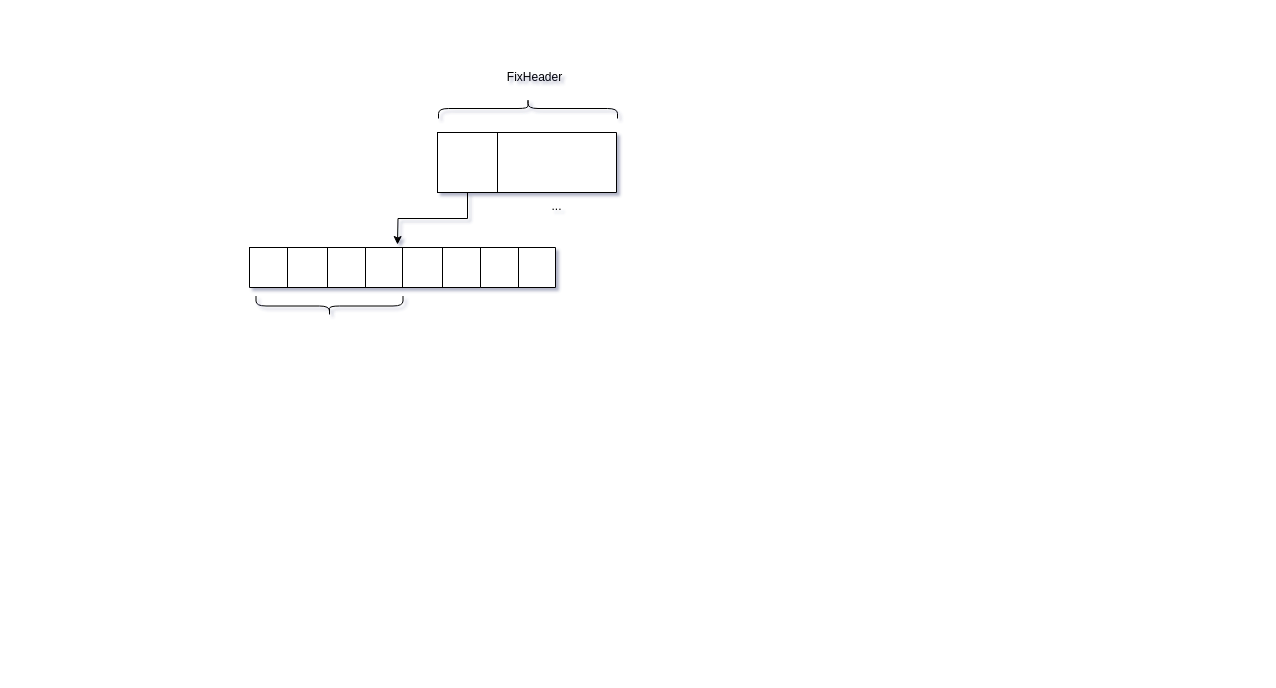
Before: MQTT-packet.drawio in cqu20141693/draw.io, a draw.io diagram. Source tidied: cells renumbered, new cells numbered last; positions are measured from the earlier drawing's top-left corner, leaving out a move shared by most shapes. Both pictures are drawn from the tidied source at 100%, with x=0, y=0 at pixel (17, 18).
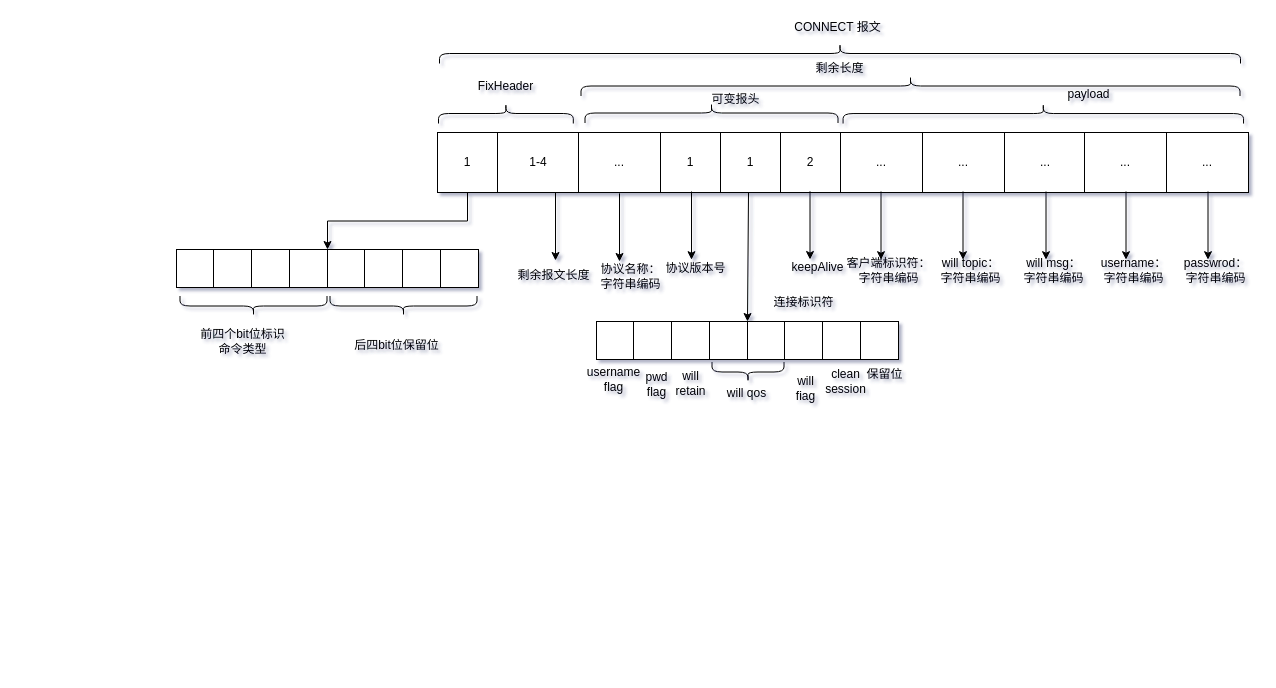
The same page after the edit.

Diff of the diagram source:
```diff
@@
-    <mxCell id="2" style="shape=table;html=1;whiteSpace=wrap;startSize=0;childLayout=tableLayout;" parent="1" vertex="1">
-      <mxGeometry x="347" y="229" width="116" height="40" as="geometry" />
-    </mxCell>
-    <mxCell id="3" style="shape=partialRectangle;html=1;whiteSpace=wrap;fillColor=none;top=0;left=0;bottom=0;right=0;" parent="2" vertex="1">
-      <mxGeometry width="116" height="40" as="geometry" />
-    </mxCell>
-    <mxCell id="4" style="shape=partialRectangle;html=1;whiteSpace=wrap;fillColor=none;top=0;left=0;bottom=0;right=0;overflow=hidden;" parent="3" vertex="1">
-      <mxGeometry width="38" height="40" as="geometry" />
-    </mxCell>
-    <mxCell id="5" style="shape=partialRectangle;html=1;whiteSpace=wrap;fillColor=none;top=0;left=0;bottom=0;right=0;overflow=hidden;" parent="3" vertex="1">
-      <mxGeometry x="38" width="40" height="40" as="geometry" />
-    </mxCell>
-    <mxCell id="6" style="shape=partialRectangle;html=1;whiteSpace=wrap;fillColor=none;top=0;left=0;bottom=0;right=0;overflow=hidden;" parent="3" vertex="1">
-      <mxGeometry x="78" width="38" height="40" as="geometry" />
-    </mxCell>
-    <mxCell id="7" value="..." style="verticalLabelPosition=bottom;verticalAlign=top;html=1;shape=mxgraph.basic.rect;fillColor2=none;strokeWidth=1;size=20;indent=5;" parent="1" vertex="1">
-      <mxGeometry x="479" y="114" width="120" height="60" as="geometry" />
-    </mxCell>
     <mxCell id="8" style="shape=curlyBracket;whiteSpace=wrap;html=1;rounded=1;rotation=90;" parent="1" vertex="1">
-      <mxGeometry x="500.5" y="0.5" width="20" height="179" as="geometry" />
+      <mxGeometry x="478.4" y="27.6" width="20" height="134.8" as="geometry" />
     </mxCell>
-    <mxCell id="9" value="FixHeader" style="text;html=1;align=center;verticalAlign=middle;strokeColor=none;fillColor=none;" parent="1" vertex="1">
-      <mxGeometry x="484" y="49" width="66" height="19" as="geometry" />
-    </mxCell>
-    <mxCell id="10" style="whiteSpace=wrap;html=1;" parent="1" vertex="1">
+    <mxCell id="10" value="1" style="whiteSpace=wrap;html=1;" parent="1" vertex="1">
       <mxGeometry x="420" y="114" width="60" height="60" as="geometry" />
     </mxCell>
-    <mxCell id="11" style="endArrow=classic;html=1;rounded=0;edgeStyle=orthogonalEdgeStyle;exitX=0.5;exitY=1;exitDx=0;exitDy=0;" parent="1" edge="1" source="10">
-      <mxGeometry relative="1" as="geometry">
-        <mxPoint x="380" y="226" as="targetPoint" />
-      </mxGeometry>
+    <mxCell id="11" style="endArrow=classic;html=1;rounded=0;edgeStyle=orthogonalEdgeStyle;exitX=0.5;exitY=1;exitDx=0;exitDy=0;entryX=1;entryY=0;entryDx=0;entryDy=0;" parent="1" edge="1" source="10" target="33">
+      <mxGeometry relative="1" as="geometry" />
     </mxCell>
-    <mxCell id="12" style="shape=table;html=1;whiteSpace=wrap;startSize=0;childLayout=tableLayout;" parent="1" vertex="1">
-      <mxGeometry x="232" y="229" width="116" height="40" as="geometry" />
-    </mxCell>
-    <mxCell id="13" style="shape=partialRectangle;html=1;whiteSpace=wrap;fillColor=none;top=0;left=0;bottom=0;right=0;" parent="12" vertex="1">
-      <mxGeometry width="116" height="40" as="geometry" />
-    </mxCell>
-    <mxCell id="14" style="shape=partialRectangle;html=1;whiteSpace=wrap;fillColor=none;top=0;left=0;bottom=0;right=0;overflow=hidden;" parent="13" vertex="1">
-      <mxGeometry width="38" height="40" as="geometry" />
-    </mxCell>
-    <mxCell id="15" style="shape=partialRectangle;html=1;whiteSpace=wrap;fillColor=none;top=0;left=0;bottom=0;right=0;overflow=hidden;" parent="13" vertex="1">
-      <mxGeometry x="38" width="40" height="40" as="geometry" />
-    </mxCell>
-    <mxCell id="16" style="shape=partialRectangle;html=1;whiteSpace=wrap;fillColor=none;top=0;left=0;bottom=0;right=0;overflow=hidden;" parent="13" vertex="1">
-      <mxGeometry x="78" width="38" height="40" as="geometry" />
-    </mxCell>
     <mxCell id="17" style="shape=partialRectangle;html=1;whiteSpace=wrap;fillColor=none;top=0;left=0;bottom=0;right=0;overflow=hidden;" parent="1" vertex="1">
-      <mxGeometry x="358" y="285" width="38" height="40" as="geometry" />
+      <mxGeometry x="282" y="285" width="38" height="40" as="geometry" />
     </mxCell>
-    <mxCell id="18" style="shape=table;html=1;whiteSpace=wrap;startSize=0;childLayout=tableLayout;" parent="1" vertex="1">
-      <mxGeometry x="463" y="229" width="75" height="40" as="geometry" />
-    </mxCell>
-    <mxCell id="19" style="shape=partialRectangle;html=1;whiteSpace=wrap;fillColor=none;top=0;left=0;bottom=0;right=0;" parent="18" vertex="1">
-      <mxGeometry width="75" height="40" as="geometry" />
-    </mxCell>
-    <mxCell id="20" style="shape=partialRectangle;html=1;whiteSpace=wrap;fillColor=none;top=0;left=0;bottom=0;right=0;overflow=hidden;" parent="19" vertex="1">
-      <mxGeometry width="38" height="40" as="geometry" />
-    </mxCell>
-    <mxCell id="21" style="shape=partialRectangle;html=1;whiteSpace=wrap;fillColor=none;top=0;left=0;bottom=0;right=0;overflow=hidden;" parent="19" vertex="1">
-      <mxGeometry x="38" height="40" as="geometry" />
-    </mxCell>
-    <mxCell id="22" style="shape=partialRectangle;html=1;whiteSpace=wrap;fillColor=none;top=0;left=0;bottom=0;right=0;overflow=hidden;" parent="19" vertex="1">
-      <mxGeometry x="38" width="37" height="40" as="geometry" />
-    </mxCell>
@@
     <mxCell id="27" style="shape=partialRectangle;html=1;whiteSpace=wrap;fillColor=none;top=0;left=0;bottom=0;right=0;overflow=hidden;" parent="1" vertex="1">
-      <mxGeometry x="335" y="289" width="38" height="40" as="geometry" />
+      <mxGeometry x="259" y="289" width="38" height="40" as="geometry" />
     </mxCell>
     <mxCell id="28" style="shape=curlyBracket;whiteSpace=wrap;html=1;rounded=1;rotation=-90;" parent="1" vertex="1">
-      <mxGeometry x="302" y="214" width="20" height="147" as="geometry" />
+      <mxGeometry x="226" y="214" width="20" height="147" as="geometry" />
     </mxCell>
+    <mxCell id="9" value="FixHeader" style="text;html=1;align=center;verticalAlign=middle;strokeColor=none;fillColor=none;" parent="1" vertex="1">
+      <mxGeometry x="455.4" y="58" width="66" height="19" as="geometry" />
+    </mxCell>
+    <mxCell id="29" value="前四个bit位标识&lt;br&gt;命令类型" style="text;html=1;align=center;verticalAlign=middle;strokeColor=none;fillColor=none;" parent="1" vertex="1">
+      <mxGeometry x="177" y="307" width="96" height="32" as="geometry" />
+    </mxCell>
+    <mxCell id="30" style="whiteSpace=wrap;html=1;" parent="1" vertex="1">
+      <mxGeometry x="159" y="231" width="38" height="38" as="geometry" />
+    </mxCell>
+    <mxCell id="31" style="whiteSpace=wrap;html=1;" parent="1" vertex="1">
+      <mxGeometry x="196" y="231" width="38" height="38" as="geometry" />
+    </mxCell>
+    <mxCell id="32" style="whiteSpace=wrap;html=1;" parent="1" vertex="1">
+      <mxGeometry x="234" y="231" width="38" height="38" as="geometry" />
+    </mxCell>
+    <mxCell id="33" style="whiteSpace=wrap;html=1;" parent="1" vertex="1">
+      <mxGeometry x="272" y="231" width="38" height="38" as="geometry" />
+    </mxCell>
+    <mxCell id="34" style="whiteSpace=wrap;html=1;" parent="1" vertex="1">
+      <mxGeometry x="310" y="231" width="38" height="38" as="geometry" />
+    </mxCell>
+    <mxCell id="35" style="whiteSpace=wrap;html=1;" parent="1" vertex="1">
+      <mxGeometry x="347" y="231" width="38" height="38" as="geometry" />
+    </mxCell>
+    <mxCell id="36" style="whiteSpace=wrap;html=1;" parent="1" vertex="1">
+      <mxGeometry x="385" y="231" width="38" height="38" as="geometry" />
+    </mxCell>
+    <mxCell id="37" style="whiteSpace=wrap;html=1;" parent="1" vertex="1">
+      <mxGeometry x="423" y="231" width="38" height="38" as="geometry" />
+    </mxCell>
+    <mxCell id="38" style="shape=curlyBracket;whiteSpace=wrap;html=1;rounded=1;rotation=90;" parent="1" vertex="1">
+      <mxGeometry x="812.5" y="-365.5" width="20" height="801" as="geometry" />
+    </mxCell>
+    <mxCell id="39" value="CONNECT 报文" style="text;html=1;align=center;verticalAlign=middle;strokeColor=none;fillColor=none;" parent="1" vertex="1">
+      <mxGeometry x="771" y="-1" width="97" height="19" as="geometry" />
+    </mxCell>
+    <mxCell id="40" style="shape=curlyBracket;whiteSpace=wrap;html=1;rounded=1;rotation=-90;" parent="1" vertex="1">
+      <mxGeometry x="376" y="214" width="20" height="147" as="geometry" />
+    </mxCell>
+    <mxCell id="41" value="后四bit位保留位" style="text;html=1;align=center;verticalAlign=middle;strokeColor=none;fillColor=none;" parent="1" vertex="1">
+      <mxGeometry x="331" y="317" width="96" height="19" as="geometry" />
+    </mxCell>
+    <mxCell id="42" style="endArrow=classic;html=1;exitX=0.492;exitY=0.997;exitDx=0;exitDy=0;exitPerimeter=0;" parent="1" edge="1">
+      <mxGeometry relative="1" as="geometry">
+        <mxPoint x="538" y="173.8" as="sourcePoint" />
+        <mxPoint x="538" y="242" as="targetPoint" />
+      </mxGeometry>
+    </mxCell>
+    <mxCell id="43" value="剩余报文长度" style="text;html=1;align=center;verticalAlign=middle;strokeColor=none;fillColor=none;" parent="1" vertex="1">
+      <mxGeometry x="494" y="247" width="83" height="19" as="geometry" />
+    </mxCell>
+    <mxCell id="44" style="shape=curlyBracket;whiteSpace=wrap;html=1;rounded=1;rotation=90;" parent="1" vertex="1">
+      <mxGeometry x="883" y="-262" width="20" height="659" as="geometry" />
+    </mxCell>
+    <mxCell id="45" value="剩余长度" style="text;html=1;align=center;verticalAlign=middle;strokeColor=none;fillColor=none;" parent="1" vertex="1">
+      <mxGeometry x="792" y="40" width="59" height="19" as="geometry" />
+    </mxCell>
+    <mxCell id="46" style="endArrow=classic;html=1;exitX=0.492;exitY=0.997;exitDx=0;exitDy=0;exitPerimeter=0;" parent="1" edge="1">
+      <mxGeometry relative="1" as="geometry">
+        <mxPoint x="602" y="174.8" as="sourcePoint" />
+        <mxPoint x="602" y="243" as="targetPoint" />
+      </mxGeometry>
+    </mxCell>
+    <mxCell id="47" value="协议名称：&lt;br&gt;字符串编码" style="text;html=1;align=center;verticalAlign=middle;strokeColor=none;fillColor=none;" parent="1" vertex="1">
+      <mxGeometry x="577" y="242" width="71" height="32" as="geometry" />
+    </mxCell>
+    <mxCell id="48" value="1-4" style="rounded=0;whiteSpace=wrap;html=1;" parent="1" vertex="1">
+      <mxGeometry x="480" y="114" width="82" height="60" as="geometry" />
+    </mxCell>
+    <mxCell id="49" value="..." style="rounded=0;whiteSpace=wrap;html=1;" parent="1" vertex="1">
+      <mxGeometry x="561" y="114" width="82" height="60" as="geometry" />
+    </mxCell>
+    <mxCell id="50" value="1" style="whiteSpace=wrap;html=1;" parent="1" vertex="1">
+      <mxGeometry x="643" y="114" width="60" height="60" as="geometry" />
+    </mxCell>
+    <mxCell id="51" style="endArrow=classic;html=1;exitX=0.492;exitY=0.997;exitDx=0;exitDy=0;exitPerimeter=0;" parent="1" edge="1">
+      <mxGeometry relative="1" as="geometry">
+        <mxPoint x="674" y="173" as="sourcePoint" />
+        <mxPoint x="674" y="241.2" as="targetPoint" />
+      </mxGeometry>
+    </mxCell>
+    <mxCell id="52" value="协议版本号" style="text;html=1;align=center;verticalAlign=middle;strokeColor=none;fillColor=none;" parent="1" vertex="1">
+      <mxGeometry x="642" y="240" width="71" height="19" as="geometry" />
+    </mxCell>
+    <mxCell id="53" value="1" style="whiteSpace=wrap;html=1;" parent="1" vertex="1">
+      <mxGeometry x="703" y="114" width="60" height="60" as="geometry" />
+    </mxCell>
+    <mxCell id="54" style="endArrow=classic;html=1;exitX=0.492;exitY=0.997;exitDx=0;exitDy=0;exitPerimeter=0;entryX=1;entryY=0;entryDx=0;entryDy=0;" parent="1" edge="1" target="80">
+      <mxGeometry relative="1" as="geometry">
+        <mxPoint x="731" y="174" as="sourcePoint" />
+      </mxGeometry>
+    </mxCell>
+    <mxCell id="55" value="连接标识符" style="text;html=1;align=center;verticalAlign=middle;strokeColor=none;fillColor=none;" parent="1" vertex="1">
+      <mxGeometry x="750.5" y="274" width="71" height="19" as="geometry" />
+    </mxCell>
+    <mxCell id="56" value="2" style="whiteSpace=wrap;html=1;" parent="1" vertex="1">
+      <mxGeometry x="763" y="114" width="60" height="60" as="geometry" />
+    </mxCell>
+    <mxCell id="57" style="endArrow=classic;html=1;exitX=0.492;exitY=0.997;exitDx=0;exitDy=0;exitPerimeter=0;" parent="1" edge="1">
+      <mxGeometry relative="1" as="geometry">
+        <mxPoint x="792.5" y="172.8" as="sourcePoint" />
+        <mxPoint x="792.5" y="241" as="targetPoint" />
+      </mxGeometry>
+    </mxCell>
+    <mxCell id="58" value="keepAlive" style="text;html=1;align=center;verticalAlign=middle;strokeColor=none;fillColor=none;" parent="1" vertex="1">
+      <mxGeometry x="768" y="239" width="63" height="19" as="geometry" />
+    </mxCell>
+    <mxCell id="59" style="shape=curlyBracket;whiteSpace=wrap;html=1;rounded=1;rotation=90;" parent="1" vertex="1">
+      <mxGeometry x="684" y="-32" width="20" height="253" as="geometry" />
+    </mxCell>
+    <mxCell id="60" value="可变报头" style="text;html=1;align=center;verticalAlign=middle;strokeColor=none;fillColor=none;" parent="1" vertex="1">
+      <mxGeometry x="688" y="71" width="59" height="19" as="geometry" />
+    </mxCell>
+    <mxCell id="61" value="..." style="rounded=0;whiteSpace=wrap;html=1;" parent="1" vertex="1">
+      <mxGeometry x="823" y="114" width="82" height="60" as="geometry" />
+    </mxCell>
+    <mxCell id="62" style="endArrow=classic;html=1;exitX=0.492;exitY=0.997;exitDx=0;exitDy=0;exitPerimeter=0;" parent="1" edge="1">
+      <mxGeometry relative="1" as="geometry">
+        <mxPoint x="863.5" y="173" as="sourcePoint" />
+        <mxPoint x="863.5" y="241.2" as="targetPoint" />
+      </mxGeometry>
+    </mxCell>
+    <mxCell id="63" value="客户端标识符：&lt;br&gt;字符串编码" style="text;html=1;align=center;verticalAlign=middle;strokeColor=none;fillColor=none;" parent="1" vertex="1">
+      <mxGeometry x="823" y="236" width="95" height="32" as="geometry" />
+    </mxCell>
+    <mxCell id="64" value="..." style="rounded=0;whiteSpace=wrap;html=1;" parent="1" vertex="1">
+      <mxGeometry x="905" y="114" width="82" height="60" as="geometry" />
+    </mxCell>
+    <mxCell id="65" style="endArrow=classic;html=1;exitX=0.492;exitY=0.997;exitDx=0;exitDy=0;exitPerimeter=0;" parent="1" edge="1">
+      <mxGeometry relative="1" as="geometry">
+        <mxPoint x="945.5" y="173" as="sourcePoint" />
+        <mxPoint x="945.5" y="241.2" as="targetPoint" />
+      </mxGeometry>
+    </mxCell>
+    <mxCell id="66" value="will topic：&lt;br&gt;字符串编码" style="text;html=1;align=center;verticalAlign=middle;strokeColor=none;fillColor=none;" parent="1" vertex="1">
+      <mxGeometry x="917" y="236" width="71" height="32" as="geometry" />
+    </mxCell>
+    <mxCell id="67" value="..." style="rounded=0;whiteSpace=wrap;html=1;" parent="1" vertex="1">
+      <mxGeometry x="987" y="114" width="82" height="60" as="geometry" />
+    </mxCell>
+    <mxCell id="68" style="endArrow=classic;html=1;exitX=0.492;exitY=0.997;exitDx=0;exitDy=0;exitPerimeter=0;" parent="1" edge="1">
+      <mxGeometry relative="1" as="geometry">
+        <mxPoint x="1028.5" y="173" as="sourcePoint" />
+        <mxPoint x="1028.5" y="241.2" as="targetPoint" />
+      </mxGeometry>
+    </mxCell>
+    <mxCell id="69" value="will msg：&lt;br&gt;字符串编码" style="text;html=1;align=center;verticalAlign=middle;strokeColor=none;fillColor=none;" parent="1" vertex="1">
+      <mxGeometry x="1000" y="236" width="71" height="32" as="geometry" />
+    </mxCell>
+    <mxCell id="70" value="..." style="rounded=0;whiteSpace=wrap;html=1;" parent="1" vertex="1">
+      <mxGeometry x="1067" y="114" width="82" height="60" as="geometry" />
+    </mxCell>
+    <mxCell id="71" style="endArrow=classic;html=1;exitX=0.492;exitY=0.997;exitDx=0;exitDy=0;exitPerimeter=0;" parent="1" edge="1">
+      <mxGeometry relative="1" as="geometry">
+        <mxPoint x="1108.5" y="173" as="sourcePoint" />
+        <mxPoint x="1108.5" y="241.2" as="targetPoint" />
+      </mxGeometry>
+    </mxCell>
+    <mxCell id="72" value="username：&lt;br&gt;字符串编码" style="text;html=1;align=center;verticalAlign=middle;strokeColor=none;fillColor=none;" parent="1" vertex="1">
+      <mxGeometry x="1077" y="236" width="77" height="32" as="geometry" />
+    </mxCell>
+    <mxCell id="73" value="..." style="rounded=0;whiteSpace=wrap;html=1;" parent="1" vertex="1">
+      <mxGeometry x="1149" y="114" width="82" height="60" as="geometry" />
+    </mxCell>
+    <mxCell id="74" style="endArrow=classic;html=1;exitX=0.492;exitY=0.997;exitDx=0;exitDy=0;exitPerimeter=0;" parent="1" edge="1">
+      <mxGeometry relative="1" as="geometry">
+        <mxPoint x="1190.5" y="173" as="sourcePoint" />
+        <mxPoint x="1190.5" y="241.2" as="targetPoint" />
+      </mxGeometry>
+    </mxCell>
+    <mxCell id="75" value="passwrod：&lt;br&gt;字符串编码" style="text;html=1;align=center;verticalAlign=middle;strokeColor=none;fillColor=none;" parent="1" vertex="1">
+      <mxGeometry x="1161" y="236" width="74" height="32" as="geometry" />
+    </mxCell>
+    <mxCell id="76" style="shape=partialRectangle;html=1;whiteSpace=wrap;fillColor=none;top=0;left=0;bottom=0;right=0;overflow=hidden;" parent="1" vertex="1">
+      <mxGeometry x="679" y="361" width="38" height="40" as="geometry" />
+    </mxCell>
+    <mxCell id="77" style="whiteSpace=wrap;html=1;" parent="1" vertex="1">
+      <mxGeometry x="579" y="303" width="38" height="38" as="geometry" />
+    </mxCell>
+    <mxCell id="78" style="whiteSpace=wrap;html=1;" parent="1" vertex="1">
+      <mxGeometry x="616" y="303" width="38" height="38" as="geometry" />
+    </mxCell>
+    <mxCell id="79" style="whiteSpace=wrap;html=1;" parent="1" vertex="1">
+      <mxGeometry x="654" y="303" width="38" height="38" as="geometry" />
+    </mxCell>
+    <mxCell id="80" style="whiteSpace=wrap;html=1;" parent="1" vertex="1">
+      <mxGeometry x="692" y="303" width="38" height="38" as="geometry" />
+    </mxCell>
+    <mxCell id="81" style="whiteSpace=wrap;html=1;" parent="1" vertex="1">
+      <mxGeometry x="730" y="303" width="38" height="38" as="geometry" />
+    </mxCell>
+    <mxCell id="82" style="whiteSpace=wrap;html=1;" parent="1" vertex="1">
+      <mxGeometry x="767" y="303" width="38" height="38" as="geometry" />
+    </mxCell>
+    <mxCell id="83" style="whiteSpace=wrap;html=1;" parent="1" vertex="1">
+      <mxGeometry x="805" y="303" width="38" height="38" as="geometry" />
+    </mxCell>
+    <mxCell id="84" style="whiteSpace=wrap;html=1;" parent="1" vertex="1">
+      <mxGeometry x="843" y="303" width="38" height="38" as="geometry" />
+    </mxCell>
+    <mxCell id="85" value="username&lt;br&gt;flag" style="text;html=1;align=center;verticalAlign=middle;strokeColor=none;fillColor=none;" parent="1" vertex="1">
+      <mxGeometry x="563" y="345" width="65" height="32" as="geometry" />
+    </mxCell>
+    <mxCell id="86" value="pwd&lt;br&gt;flag" style="text;html=1;align=center;verticalAlign=middle;strokeColor=none;fillColor=none;" parent="1" vertex="1">
+      <mxGeometry x="622" y="350" width="33" height="32" as="geometry" />
+    </mxCell>
+    <mxCell id="87" value="will&lt;br&gt;retain" style="text;html=1;align=center;verticalAlign=middle;strokeColor=none;fillColor=none;" parent="1" vertex="1">
+      <mxGeometry x="652" y="349" width="41" height="32" as="geometry" />
+    </mxCell>
+    <mxCell id="88" value="will qos" style="text;html=1;align=center;verticalAlign=middle;strokeColor=none;fillColor=none;" parent="1" vertex="1">
+      <mxGeometry x="704" y="365" width="50" height="19" as="geometry" />
+    </mxCell>
+    <mxCell id="89" style="shape=curlyBracket;whiteSpace=wrap;html=1;rounded=1;rotation=-90;" parent="1" vertex="1">
+      <mxGeometry x="720.5" y="317.5" width="20" height="72" as="geometry" />
+    </mxCell>
+    <mxCell id="90" value="will &lt;br&gt;fiag" style="text;html=1;align=center;verticalAlign=middle;strokeColor=none;fillColor=none;" parent="1" vertex="1">
+      <mxGeometry x="773" y="354" width="30" height="32" as="geometry" />
+    </mxCell>
+    <mxCell id="91" value="clean &lt;br&gt;session" style="text;html=1;align=center;verticalAlign=middle;strokeColor=none;fillColor=none;" parent="1" vertex="1">
+      <mxGeometry x="802" y="347" width="52" height="32" as="geometry" />
+    </mxCell>
+    <mxCell id="92" value="保留位" style="text;html=1;align=center;verticalAlign=middle;strokeColor=none;fillColor=none;" parent="1" vertex="1">
+      <mxGeometry x="843" y="346" width="47" height="19" as="geometry" />
+    </mxCell>
+    <mxCell id="93" style="shape=curlyBracket;whiteSpace=wrap;html=1;rounded=1;rotation=90;" parent="1" vertex="1">
+      <mxGeometry x="1015.8" y="-105.2" width="20" height="400.5" as="geometry" />
+    </mxCell>
+    <mxCell id="94" value="payload" style="text;html=1;align=center;verticalAlign=middle;strokeColor=none;fillColor=none;" parent="1" vertex="1">
+      <mxGeometry x="1044" y="66" width="53" height="19" as="geometry" />
+    </mxCell>
```
